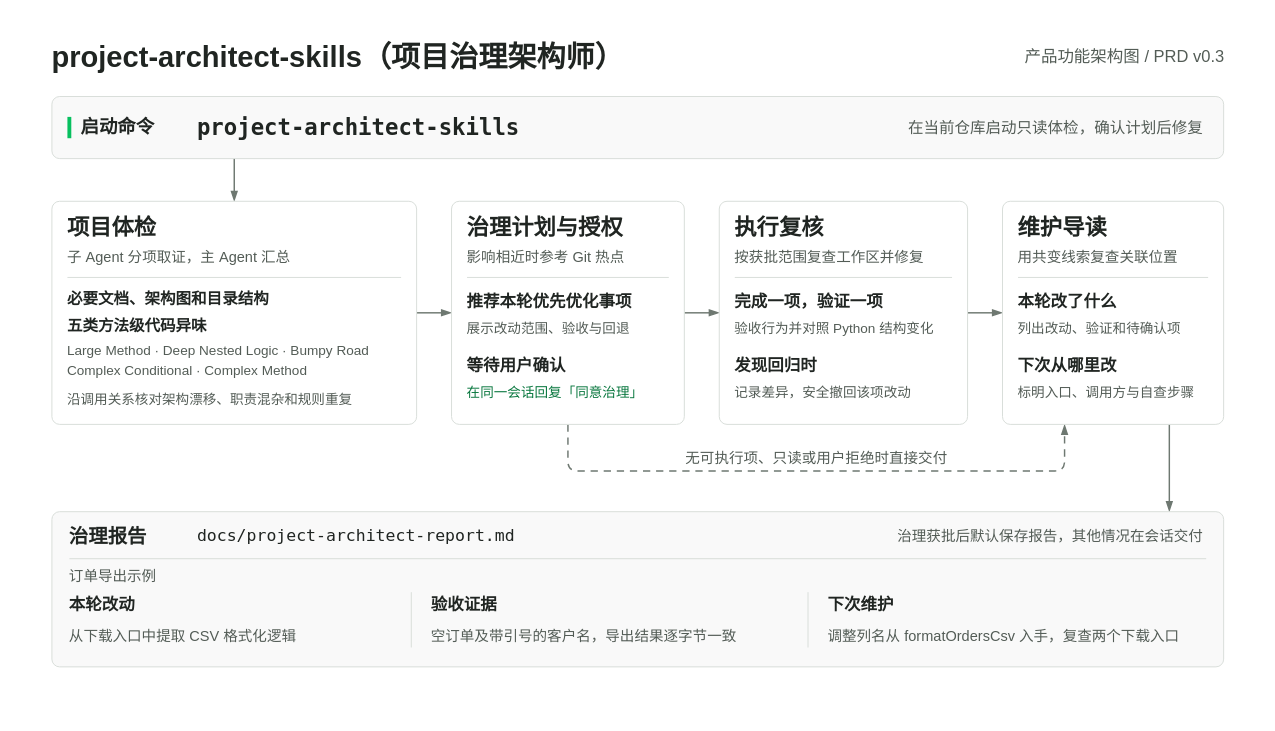
The draw.io diagram docs/diagrams/product-functional-architecture.drawio in cabbage2000-lab/project-architect-skills, before the edit. Source tidied: cells renumbered, new cells numbered last; positions are measured from the earlier drawing's top-left corner, leaving out a move shared by most shapes. Both pictures are drawn from the tidied source at 97%, with x=0, y=0 at pixel (16, 16).
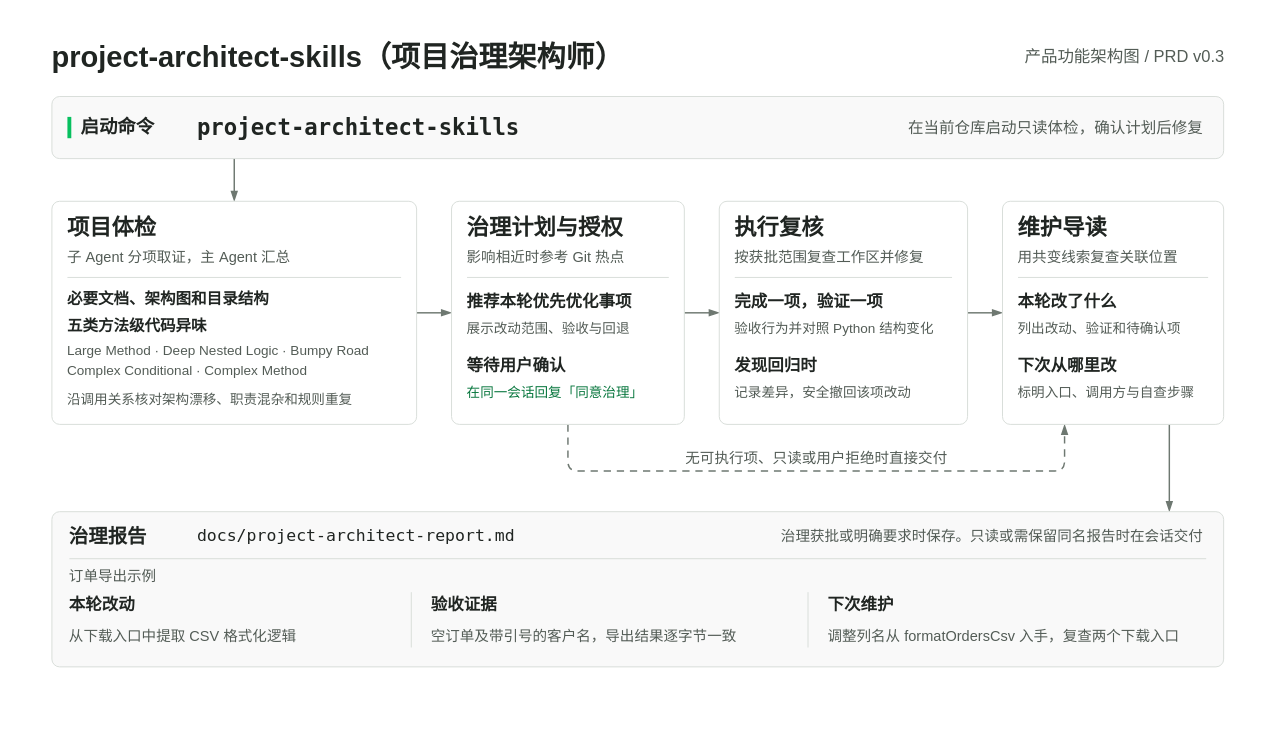
After the change.

Commit message (it also covers changes not shown here):
修复架构图缺口漏报并同步取证与交付说明

The change refers to these unchanged cells:
```xml
<mxCell id="49" style="rounded=1;absoluteArcSize=1;arcSize=16;strokeWidth=1;html=1;fillColor=#F9F9F9;strokeColor=#D8DDD9;" parent="2" vertex="1">
  <mxGeometry x="36" y="510" width="1208" height="160" as="geometry" />
</mxCell>
```

Change to the diagram source:
```diff
@@
-    <mxCell id="52" value="治理获批后默认保存报告，其他情况在会话交付" style="text;html=1;whiteSpace=nowrap;fillColor=none;strokeColor=none;fontFamily=PingFang SC;fontSize=15;fontColor=#535C56;fontStyle=0;align=right;verticalAlign=middle;spacing=0;spacingTop=0;spacingBottom=0;spacingLeft=0;spacingRight=0;" parent="49" vertex="1">
+    <mxCell id="52" value="治理获批或明确要求时保存。只读或需保留同名报告时在会话交付" style="text;html=1;whiteSpace=nowrap;fillColor=none;strokeColor=none;fontFamily=PingFang SC;fontSize=15;fontColor=#535C56;fontStyle=0;align=right;verticalAlign=middle;spacing=0;spacingTop=0;spacingBottom=0;spacingLeft=0;spacingRight=0;" parent="49" vertex="1">
       <mxGeometry x="650" y="10" width="536" height="30" as="geometry" />
     </mxCell>
```
